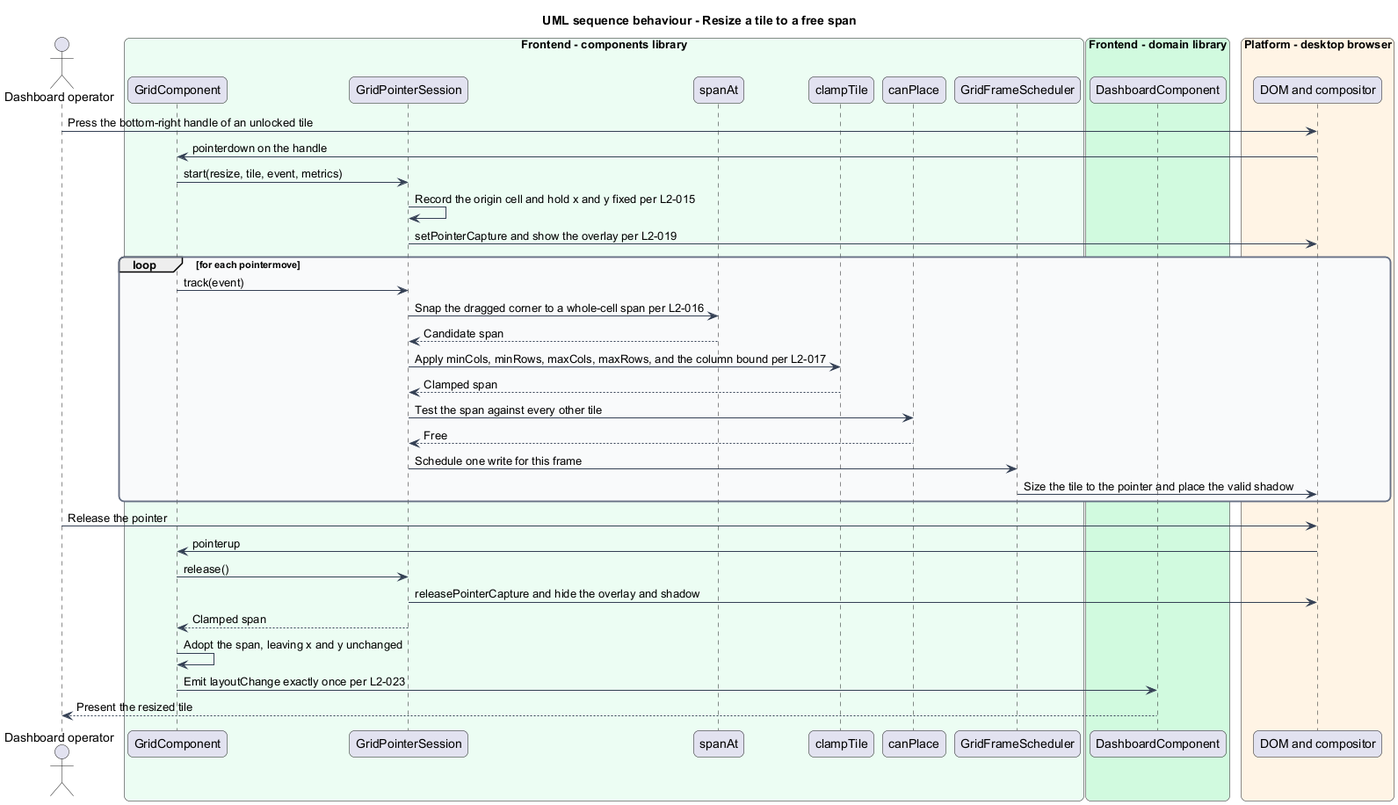
Above: docs/detailed-designs/tile-interaction/resize-a-tile/diagrams/sequence-resize-commit.png in QuinntyneBrown/qbc-grid (PlantUML), before the change. Source of this version:
```plantuml
@startuml
title UML sequence behaviour - Resize a tile to a free span
skinparam backgroundColor #FFFFFF
skinparam shadowing false
skinparam roundcorner 12
skinparam defaultFontName Arial
skinparam ArrowColor #344054
skinparam rectangle {
  BorderColor #344054
  FontColor #101828
}
skinparam package {
  BorderColor #667085
  FontColor #101828
  BackgroundColor #F9FAFB
}
actor "Dashboard operator" as actor
box "Frontend - components library" #ECFDF3
  participant "GridComponent" as grid
  participant "GridPointerSession" as session
  participant "spanAt" as spanat
  participant "clampTile" as clamp
  participant "canPlace" as canplace
  participant "GridFrameScheduler" as scheduler
end box
box "Frontend - domain library" #D1FADF
  participant "DashboardComponent" as dashboard
end box
box "Platform - desktop browser" #FFF4E5
  participant "DOM and compositor" as dom
end box

actor -> dom : Press the bottom-right handle of an unlocked tile
dom -> grid : pointerdown on the handle
grid -> session : start(resize, tile, event, metrics)
session -> session : Record the origin cell and hold x and y fixed per L2-015
session -> dom : setPointerCapture and show the overlay per L2-019
loop for each pointermove
  grid -> session : track(event)
  session -> spanat : Snap the dragged corner to a whole-cell span per L2-016
  spanat --> session : Candidate span
  session -> clamp : Apply minCols, minRows, maxCols, maxRows, and the column bound per L2-017
  clamp --> session : Clamped span
  session -> canplace : Test the span against every other tile
  canplace --> session : Free
  session -> scheduler : Schedule one write for this frame
  scheduler -> dom : Size the tile to the pointer and place the valid shadow
end
actor -> dom : Release the pointer
dom -> grid : pointerup
grid -> session : release()
session -> dom : releasePointerCapture and hide the overlay and shadow
session --> grid : Clamped span
grid -> grid : Adopt the span, leaving x and y unchanged
grid -> dashboard : Emit layoutChange exactly once per L2-023
dashboard --> actor : Present the resized tile
@enduml
```
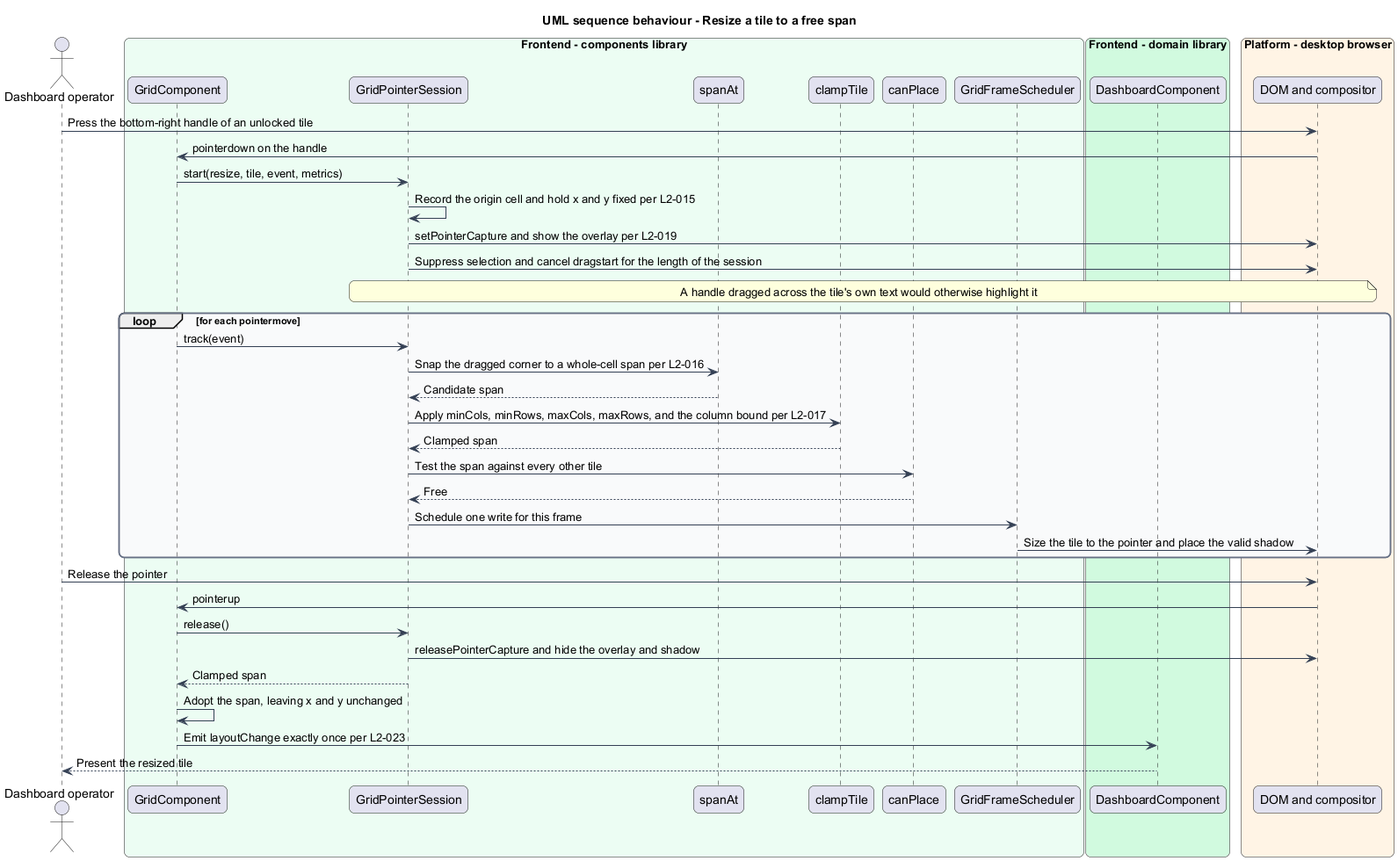
The same diagram one commit later.

What changed in the source:
```diff
@@ -35,6 +35,8 @@
 grid -> session : start(resize, tile, event, metrics)
 session -> session : Record the origin cell and hold x and y fixed per L2-015
 session -> dom : setPointerCapture and show the overlay per L2-019
+session -> dom : Suppress selection and cancel dragstart for the length of the session
+note over session, dom : A handle dragged across the tile's own text would otherwise highlight it
 loop for each pointermove
   grid -> session : track(event)
   session -> spanat : Snap the dragged corner to a whole-cell span per L2-016
```
